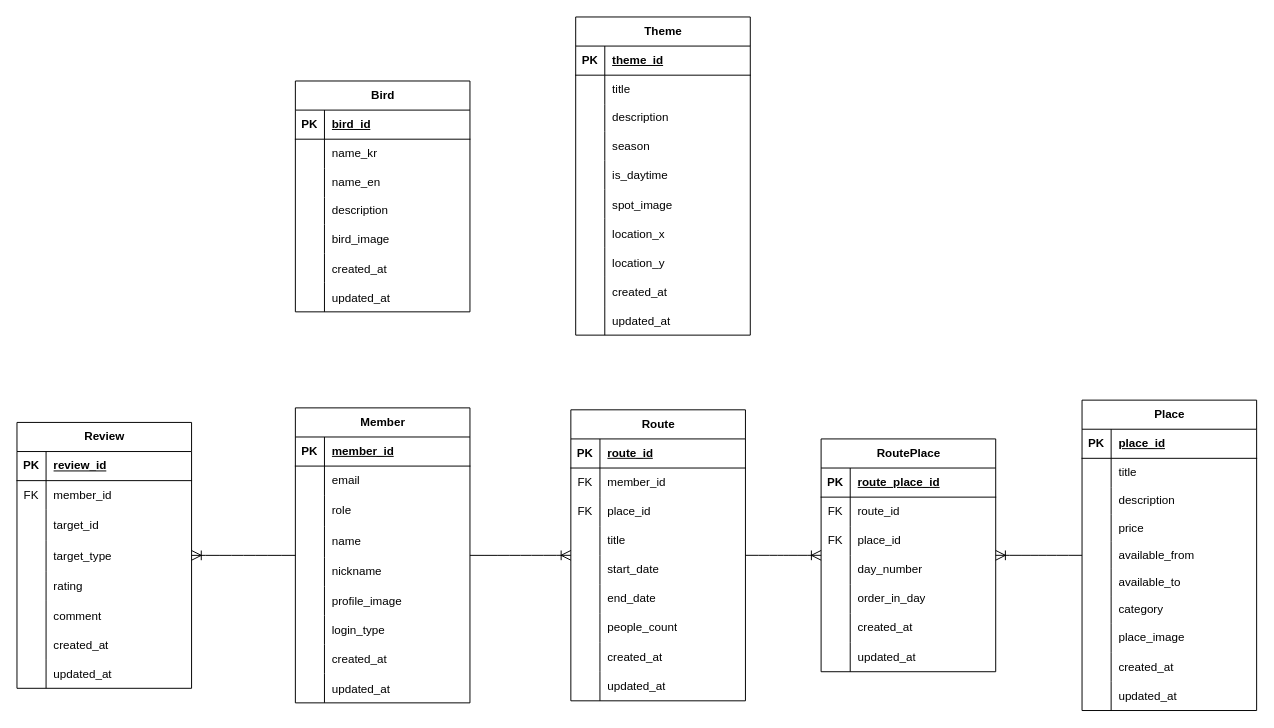
2025-Tourism-Data-Utilization-Contest/ERD keeps this draw.io diagram as ShowingERD.drawio. Above is the earlier version. Source tidied: cells renumbered, new cells numbered last; positions are measured from the earlier drawing's top-left corner, leaving out a move shared by most shapes. Both pictures are drawn from the tidied source at 97%, with x=0, y=0 at pixel (16, 16).
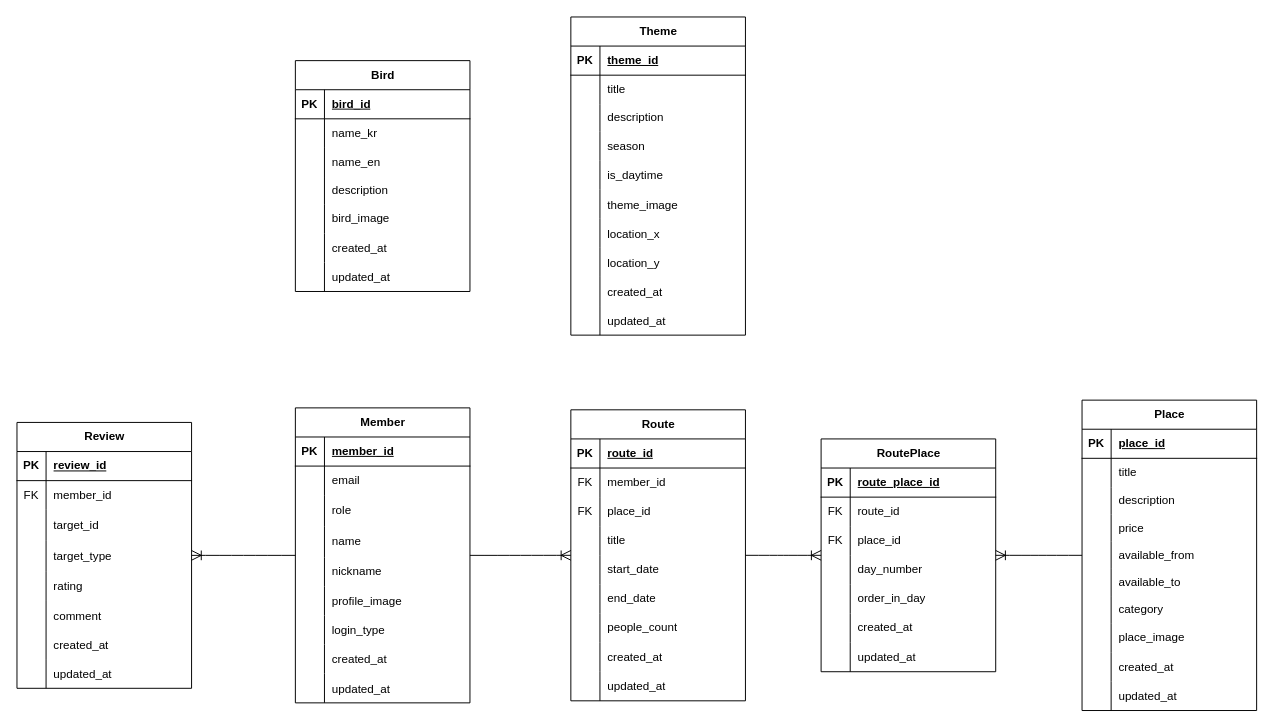
The same page after the edit.

Commit message:
docs: 테마 이미지 필드명 변경

Unchanged cells that the change refers to:
```xml
<mxCell id="18" style="shape=tableRow;horizontal=0;startSize=0;swimlaneHead=0;swimlaneBody=0;fillColor=none;top=0;left=0;right=0;bottom=0;" parent="2" vertex="1">
  <mxGeometry y="178" width="180" height="30" as="geometry" />
</mxCell>
```

Change to the diagram source:
```diff
@@
     <mxCell id="2" value="Theme" style="shape=table;startSize=30;childLayout=tableLayout;rowLines=0;fontStyle=1;align=center;html=1;" parent="1" vertex="1">
-      <mxGeometry x="576" width="180" height="328" as="geometry" />
+      <mxGeometry x="571" width="180" height="328" as="geometry" />
     </mxCell>
@@
-    <mxCell id="20" value="spot_image" style="shape=partialRectangle;fillColor=none;top=0;left=0;bottom=0;right=0;align=left;spacingLeft=6;overflow=hidden;" parent="18" vertex="1">
+    <mxCell id="20" value="theme_image" style="shape=partialRectangle;fillColor=none;top=0;left=0;bottom=0;right=0;align=left;spacingLeft=6;overflow=hidden;" parent="18" vertex="1">
       <mxGeometry x="30" width="150" height="30" as="geometry" />
     </mxCell>
@@
     <mxCell id="33" value="Bird" style="shape=table;startSize=30;childLayout=tableLayout;rowLines=0;fontStyle=1;align=center;html=1;" parent="1" vertex="1">
-      <mxGeometry x="287" y="66" width="180" height="238" as="geometry" />
+      <mxGeometry x="287" y="45" width="180" height="238" as="geometry" />
     </mxCell>
```
